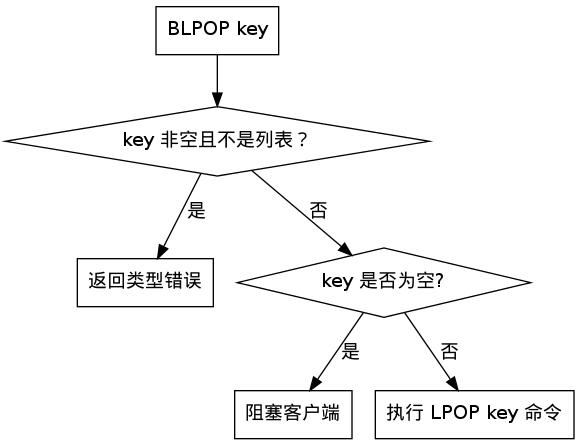
Above: datatype/image/blpop_decide_block_or_not.png in huangzworks/redisbook (Graphviz), before the change. Its source is kept beside it as datatype/image/blpop_decide_block_or_not.dot. Its diagram source:
```dot
digraph blpop_decide_block_or_not {

    node [shape=record];


    call_blpop [label = "BLPOP key"];

    wrong_type_or_not [label = "key 非空且不是列表？", shape = diamond];

    return_wrong_type [label = "返回类型错误"];

    key_empty_or_not [label = "key 是否为空?", shape = diamond];

    block_client [label = "阻塞客户端"];

    lpop [label = "执行 LPOP key 命令"];


    call_blpop -> wrong_type_or_not;

    wrong_type_or_not -> return_wrong_type [label = "是"];

    wrong_type_or_not -> key_empty_or_not [label = "否"];

    key_empty_or_not -> block_client [label = "是"];

    key_empty_or_not -> lpop [label = "否"];

}
```
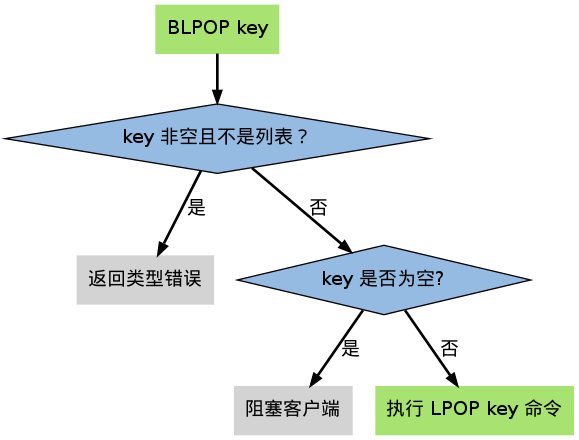
The same file after the commit.

Change to the diagram source:
```diff
@@ -1,19 +1,21 @@
 digraph blpop_decide_block_or_not {
 
-    node [shape=record];
+    node [shape=plaintext, style = filled];
+
+    edge [style = bold];
 
 
-    call_blpop [label = "BLPOP key"];
+    call_blpop [label = "BLPOP key", fillcolor = "#A8E270"];
 
-    wrong_type_or_not [label = "key 非空且不是列表？", shape = diamond];
+    wrong_type_or_not [label = "key 非空且不是列表？", shape = diamond, fillcolor = "#95BBE3"];
 
     return_wrong_type [label = "返回类型错误"];
 
-    key_empty_or_not [label = "key 是否为空?", shape = diamond];
+    key_empty_or_not [label = "key 是否为空?", shape = diamond, fillcolor = "#95BBE3"];
 
     block_client [label = "阻塞客户端"];
 
-    lpop [label = "执行 LPOP key 命令"];
+    lpop [label = "执行 LPOP key 命令", fillcolor = "#A8E270"];
 
 
     call_blpop -> wrong_type_or_not;
```
